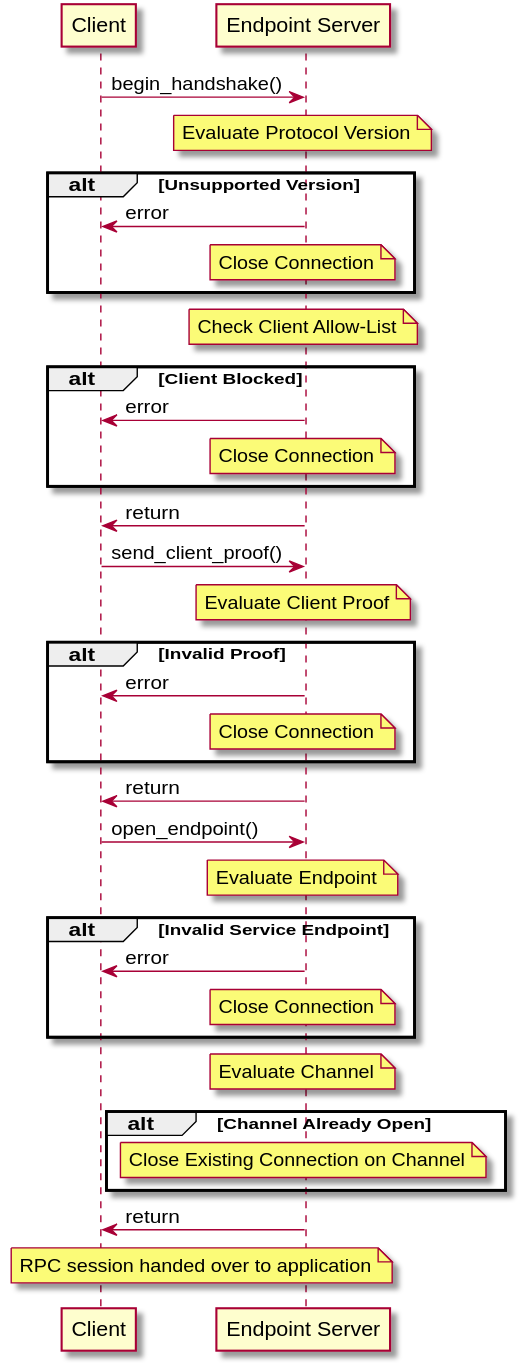
The PlantUML diagram docs/endpoint_handshake.svg in blueprint-freespeech/gosling, before a commit.
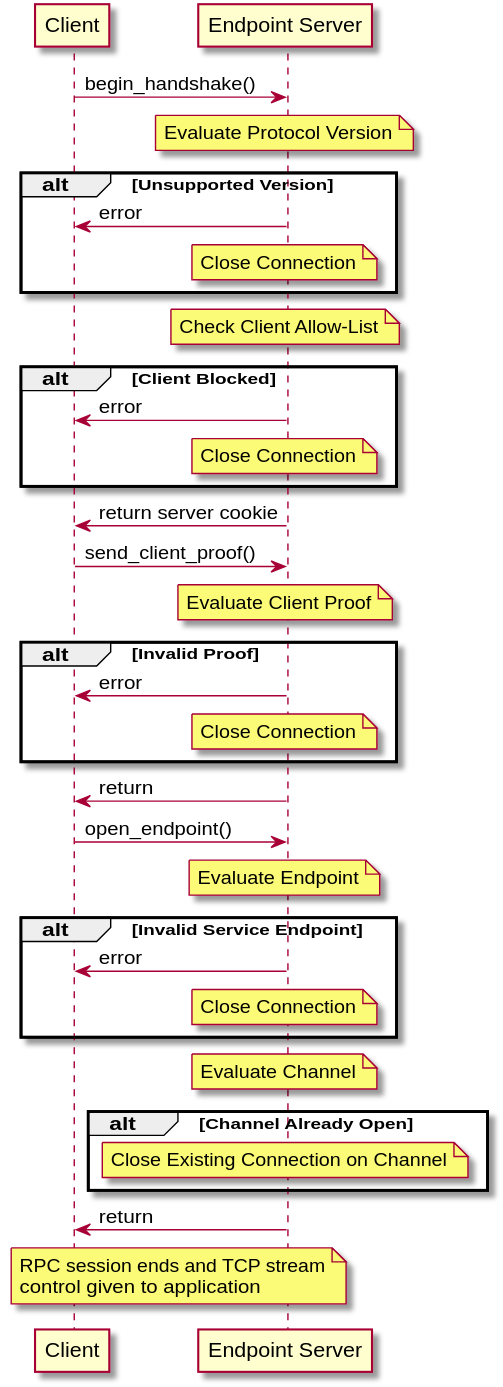
After the change.

Commit message:
docs: updated protocol spec with handshake tweaks architecture overview

Diff of the diagram source:
```diff
@@ -18,7 +18,7 @@
         note over Server: Close Connection
     end
 
-Client<-Server: return
+Client<-Server: return server cookie
 
 Client->Server: send_client_proof()
 
@@ -47,6 +47,9 @@
 
     Client<-Server: return
 
-note over Client,Server: RPC session handed over to application
+note over Client, Server
+    RPC session ends and TCP stream
+    control given to application
+endnote
 
 @enduml
```
